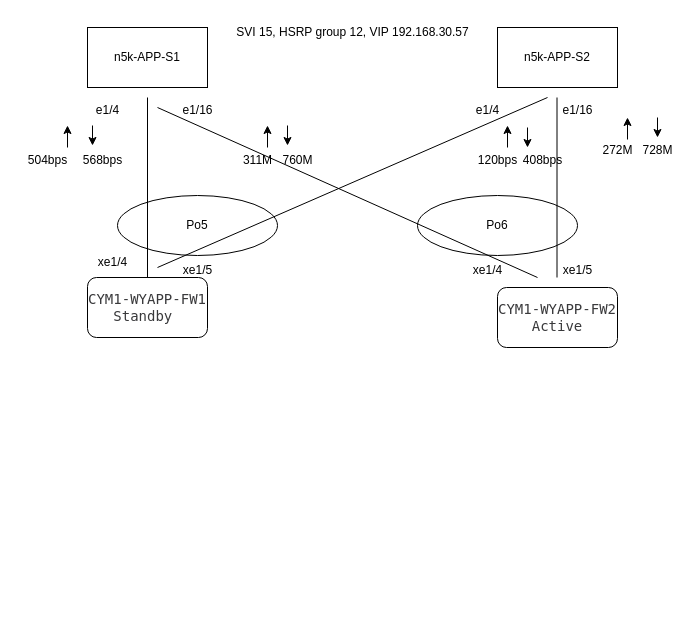
The draw.io diagram Untitled Diagram.drawio in fushuang001/Cloud, before the edit. Source tidied: cells renumbered, new cells numbered last; positions are measured from the earlier drawing's top-left corner, leaving out a move shared by most shapes. Both pictures are drawn from the tidied source at 100%, with x=0, y=0 at pixel (17, 17).
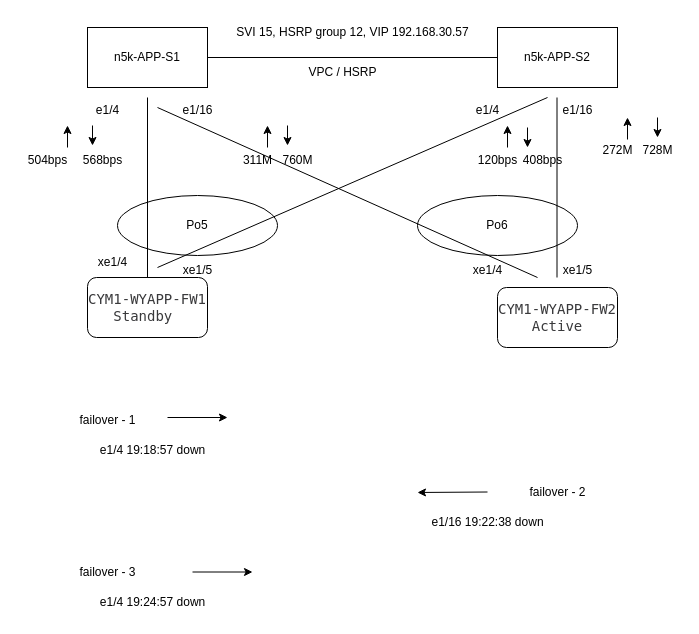
The same page after the edit.

Commit message (it also covers changes not shown here):
CITIB-FW-failover

Unchanged cells that the change refers to:
```xml
<mxCell id="4" value="n5k-APP-S1" style="rounded=0;whiteSpace=wrap;html=1;" parent="1" vertex="1">
  <mxGeometry x="70" y="10" width="120" height="60" as="geometry" />
</mxCell>
<mxCell id="5" value="n5k-APP-S2" style="rounded=0;whiteSpace=wrap;html=1;" parent="1" vertex="1">
  <mxGeometry x="480" y="10" width="120" height="60" as="geometry" />
</mxCell>
```

Diff of the diagram source:
```diff
@@
+    <mxCell id="37" style="endArrow=none;html=1;rounded=0;entryX=0;entryY=0.5;entryDx=0;entryDy=0;exitX=1;exitY=0.5;exitDx=0;exitDy=0;" parent="1" edge="1" source="4" target="5">
+      <mxGeometry relative="1" as="geometry" />
+    </mxCell>
+    <mxCell id="38" value="VPC / HSRP" style="text;html=1;align=center;verticalAlign=middle;strokeColor=none;fillColor=none;" parent="1" vertex="1">
+      <mxGeometry x="280" y="40" width="90" height="30" as="geometry" />
+    </mxCell>
+    <mxCell id="39" value="failover - 1" style="text;html=1;align=center;verticalAlign=middle;strokeColor=none;fillColor=none;" parent="1" vertex="1">
+      <mxGeometry x="50" y="388" width="80" height="30" as="geometry" />
+    </mxCell>
+    <mxCell id="40" style="endArrow=classic;html=1;rounded=0;" parent="1" edge="1">
+      <mxGeometry relative="1" as="geometry">
+        <mxPoint x="150" y="400" as="sourcePoint" />
+        <mxPoint x="210" y="400" as="targetPoint" />
+      </mxGeometry>
+    </mxCell>
+    <mxCell id="41" value="failover - 2" style="text;html=1;align=center;verticalAlign=middle;strokeColor=none;fillColor=none;" parent="1" vertex="1">
+      <mxGeometry x="500" y="460" width="80" height="30" as="geometry" />
+    </mxCell>
+    <mxCell id="42" value="failover - 3" style="text;html=1;align=center;verticalAlign=middle;strokeColor=none;fillColor=none;" parent="1" vertex="1">
+      <mxGeometry x="50" y="540" width="80" height="30" as="geometry" />
+    </mxCell>
+    <mxCell id="43" style="endArrow=classic;html=1;rounded=0;" parent="1" edge="1">
+      <mxGeometry relative="1" as="geometry">
+        <mxPoint x="175" y="554.5" as="sourcePoint" />
+        <mxPoint x="235" y="554.5" as="targetPoint" />
+      </mxGeometry>
+    </mxCell>
+    <mxCell id="44" style="endArrow=classic;html=1;rounded=0;" parent="1" edge="1">
+      <mxGeometry relative="1" as="geometry">
+        <mxPoint x="470" y="474.5" as="sourcePoint" />
+        <mxPoint x="400" y="475" as="targetPoint" />
+      </mxGeometry>
+    </mxCell>
+    <mxCell id="45" value="e1/4 19:18:57 down" style="text;html=1;align=center;verticalAlign=middle;strokeColor=none;fillColor=none;" parent="1" vertex="1">
+      <mxGeometry x="70" y="418" width="130" height="30" as="geometry" />
+    </mxCell>
+    <mxCell id="46" value="e1/16 19:22:38 down" style="text;html=1;align=center;verticalAlign=middle;strokeColor=none;fillColor=none;" parent="1" vertex="1">
+      <mxGeometry x="400" y="490" width="140" height="30" as="geometry" />
+    </mxCell>
+    <mxCell id="47" value="e1/4 19:24:57 down" style="text;html=1;align=center;verticalAlign=middle;strokeColor=none;fillColor=none;" parent="1" vertex="1">
+      <mxGeometry x="70" y="570" width="130" height="30" as="geometry" />
+    </mxCell>
```
